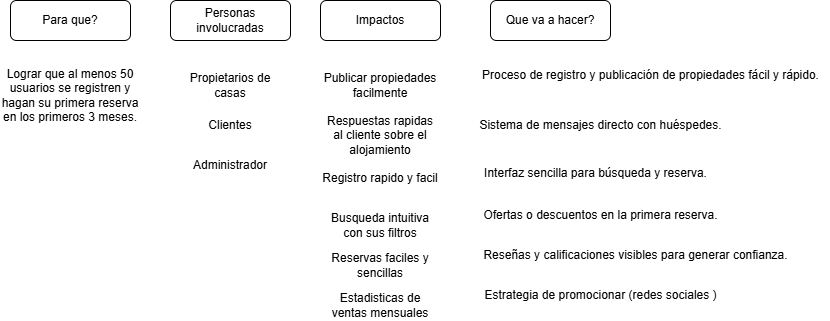
Above: impact mapping new.drawio.png in Felip3Ramirez/Metodologias-Agiles (draw.io), before the change. Source tidied: cells renumbered, new cells last; positions are measured from the earlier drawing's top-left corner, leaving out a move shared by most shapes.
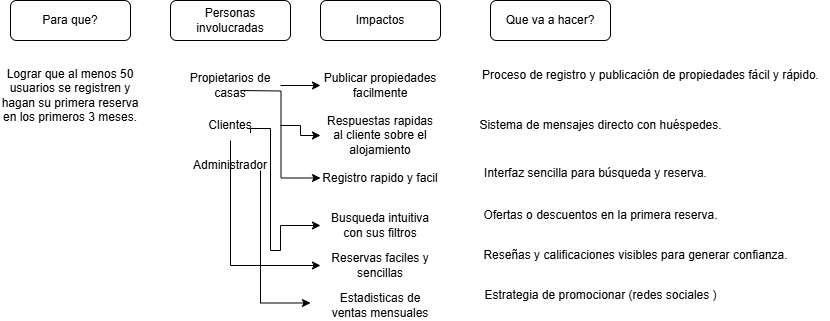
Above is the later version.

Change to the diagram source:
```diff
@@ -11,12 +11,51 @@
     <mxCell id="4" value="Personas involucradas" style="rounded=1;whiteSpace=wrap;html=1;" parent="1" vertex="1">
       <mxGeometry x="170" width="120" height="40" as="geometry" />
     </mxCell>
+    <mxCell id="22" style="edgeStyle=orthogonalEdgeStyle;rounded=0;jettySize=auto;html=1;" parent="1" edge="1" source="5" target="9">
+      <mxGeometry relative="1" as="geometry" />
+    </mxCell>
+    <mxCell id="23" style="edgeStyle=orthogonalEdgeStyle;rounded=0;jettySize=auto;html=1;exitX=1;exitY=0.5;exitDx=0;exitDy=0;entryX=0;entryY=0.25;entryDx=0;entryDy=0;" parent="1" edge="1" target="11">
+      <mxGeometry relative="1" as="geometry">
+        <mxPoint x="240" y="90" as="sourcePoint" />
+      </mxGeometry>
+    </mxCell>
     <mxCell id="5" value="Propietarios de casas" style="text;html=1;align=center;verticalAlign=middle;whiteSpace=wrap;rounded=0;" parent="1" vertex="1">
       <mxGeometry x="180" y="70" width="100" height="30" as="geometry" />
     </mxCell>
+    <mxCell id="24" style="edgeStyle=orthogonalEdgeStyle;rounded=0;jettySize=auto;html=1;" parent="1" edge="1" source="6" target="10">
+      <mxGeometry relative="1" as="geometry" />
+    </mxCell>
+    <mxCell id="25" style="edgeStyle=orthogonalEdgeStyle;rounded=0;jettySize=auto;html=1;exitX=1;exitY=0.5;exitDx=0;exitDy=0;" parent="1" edge="1" target="12">
+      <mxGeometry relative="1" as="geometry">
+        <mxPoint x="250" y="132.5" as="sourcePoint" />
+        <Array as="points">
+          <mxPoint x="250" y="128" />
+          <mxPoint x="270" y="128" />
+          <mxPoint x="270" y="250" />
+          <mxPoint x="280" y="250" />
+          <mxPoint x="280" y="225" />
+        </Array>
+      </mxGeometry>
+    </mxCell>
+    <mxCell id="26" style="edgeStyle=orthogonalEdgeStyle;rounded=0;jettySize=auto;html=1;entryX=0;entryY=0.5;entryDx=0;entryDy=0;" parent="1" edge="1" source="6" target="13">
+      <mxGeometry relative="1" as="geometry">
+        <Array as="points">
+          <mxPoint x="230" y="265" />
+        </Array>
+      </mxGeometry>
+    </mxCell>
     <mxCell id="6" value="Clientes" style="text;html=1;align=center;verticalAlign=middle;whiteSpace=wrap;rounded=0;" parent="1" vertex="1">
       <mxGeometry x="180" y="110" width="100" height="30" as="geometry" />
     </mxCell>
+    <mxCell id="27" style="edgeStyle=orthogonalEdgeStyle;rounded=0;orthogonalLoop=1;jettySize=auto;html=1;entryX=0;entryY=0.75;entryDx=0;entryDy=0;" parent="1" edge="1">
+      <mxGeometry relative="1" as="geometry">
+        <mxPoint x="260" y="170" as="sourcePoint" />
+        <mxPoint x="310" y="302.5" as="targetPoint" />
+        <Array as="points">
+          <mxPoint x="260" y="303" />
+        </Array>
+      </mxGeometry>
+    </mxCell>
     <mxCell id="7" value="Administrador" style="text;html=1;align=center;verticalAlign=middle;whiteSpace=wrap;rounded=0;" parent="1" vertex="1">
       <mxGeometry x="180" y="150" width="100" height="30" as="geometry" />
     </mxCell>
```
